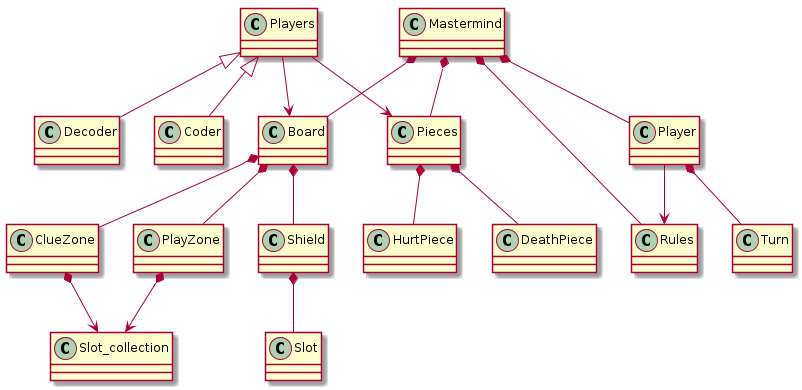
This is composition.png from Master-Desarrollo-20-21/ejercicio-2-modelo-de-dominio-mastermind-carlosalvet, a PlantUML export, as it was before one commit. Source of this version:
```plantuml
@startuml

class Mastermind
class Board
class Pieces
class Players

Players <|-- Decoder
Players <|-- Coder
Players --> Board
Players --> Pieces

Mastermind *-- Rules
Mastermind *-- Board
Mastermind *-- Pieces
Mastermind *-- Player

Player --> Rules

Board *-- Shield
Board *-- PlayZone
Board *-- ClueZone

Shield *-- Slot

PlayZone *--> Slot_collection
ClueZone *--> Slot_collection

Pieces *-- DeathPiece
Pieces *-- HurtPiece

Player *-- Turn

@enduml
```
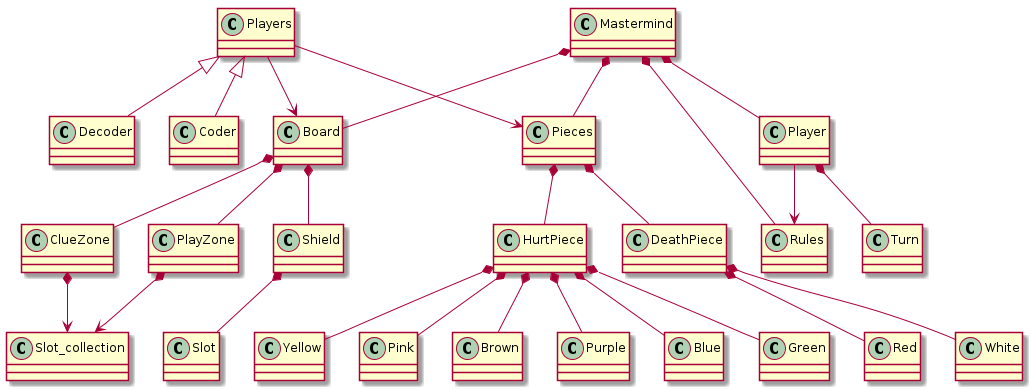
Later version of the same file.

Commit message:
Agregando colores

The edit, as a diff of the source:
```diff
@@ -29,6 +29,16 @@
 Pieces *-- DeathPiece
 Pieces *-- HurtPiece
 
+DeathPiece *-- Red
+DeathPiece *-- White
+
+HurtPiece *-- Blue
+HurtPiece *-- Green
+HurtPiece *-- Yellow
+HurtPiece *-- Pink
+HurtPiece *-- Brown
+HurtPiece *-- Purple
+
 Player *-- Turn
 
 @enduml
```
